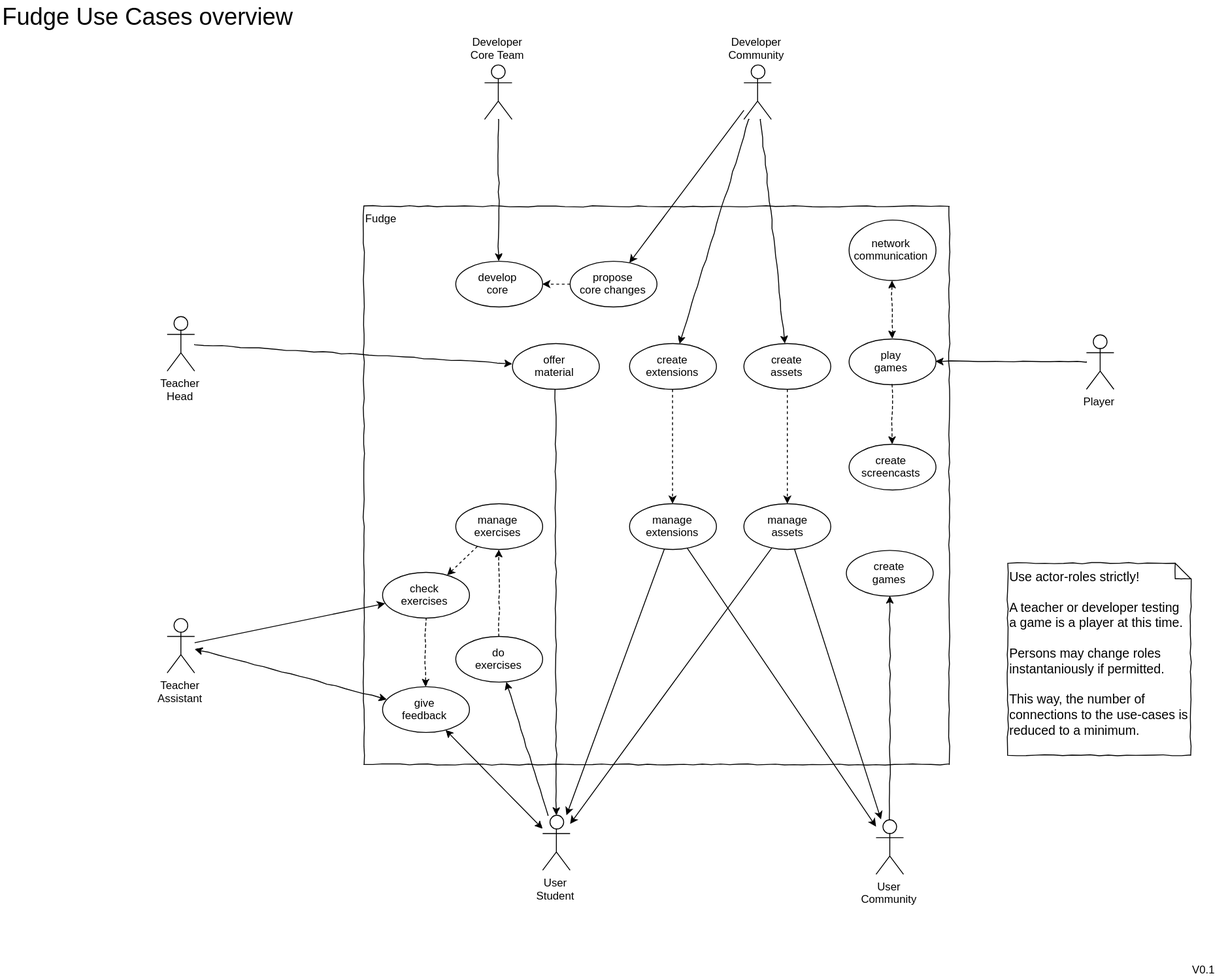
Before: Design/UseCasesOverview.svg, a diagram exported from draw.io (JirkaDellOro/FUDGE). Source tidied: cells renumbered, new cells last; positions are measured from the earlier drawing's top-left corner, leaving out a move shared by most shapes.
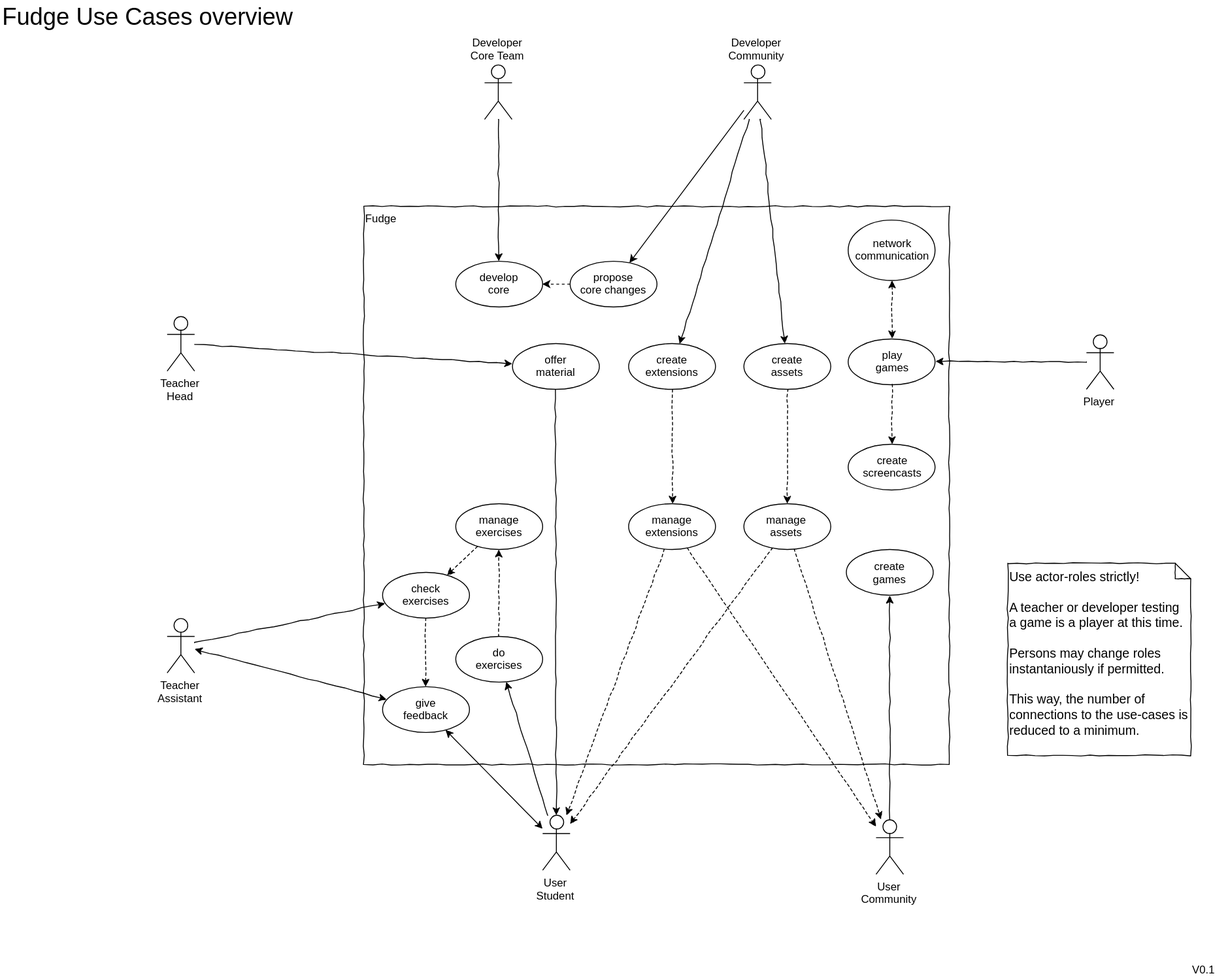
Above is the later version.

Diff of the diagram source:
```diff
@@ -51,7 +51,7 @@
     <mxCell id="18" value="create&lt;br&gt;extensions&lt;br&gt;" style="ellipse;whiteSpace=wrap;html=1;rounded=1;shadow=0;strokeWidth=1;comic=1;" parent="3" vertex="1">
       <mxGeometry x="687" y="375" width="95" height="50" as="geometry" />
     </mxCell>
-    <mxCell id="19" style="edgeStyle=none;rounded=0;html=1;jettySize=auto;dashed=1;" parent="3" edge="1" source="20" target="48">
+    <mxCell id="19" style="edgeStyle=none;rounded=0;html=1;jettySize=auto;dashed=1;comic=1;" parent="3" edge="1" source="20" target="48">
       <mxGeometry relative="1" as="geometry" />
     </mxCell>
     <mxCell id="20" value="create&lt;br&gt;assets&lt;br&gt;" style="ellipse;whiteSpace=wrap;html=1;rounded=1;shadow=0;strokeWidth=1;comic=1;" parent="3" vertex="1">
@@ -122,7 +122,7 @@
     <mxCell id="41" value="Teacher&lt;br&gt;Assistant&lt;br&gt;" style="shape=umlActor;verticalLabelPosition=bottom;labelBackgroundColor=#ffffff;verticalAlign=top;html=1;outlineConnect=0;" parent="3" vertex="1">
       <mxGeometry x="182" y="675" width="30" height="60" as="geometry" />
     </mxCell>
-    <mxCell id="42" style="edgeStyle=none;rounded=0;html=1;jettySize=auto;" parent="3" edge="1" source="41" target="44">
+    <mxCell id="42" style="edgeStyle=none;rounded=0;html=1;jettySize=auto;comic=1;" parent="3" edge="1" source="41" target="44">
       <mxGeometry relative="1" as="geometry" />
     </mxCell>
     <mxCell id="43" style="edgeStyle=none;rounded=0;html=1;dashed=1;startArrow=none;startFill=0;jettySize=auto;comic=1;" parent="3" edge="1" source="44" target="15">
@@ -131,28 +131,28 @@
     <mxCell id="44" value="check&lt;br&gt;exercises" style="ellipse;whiteSpace=wrap;html=1;rounded=1;shadow=0;strokeWidth=1;comic=1;" parent="3" vertex="1">
       <mxGeometry x="417" y="625" width="95" height="50" as="geometry" />
     </mxCell>
-    <mxCell id="45" style="rounded=0;html=1;jettySize=auto;" parent="3" edge="1" source="48" target="5">
+    <mxCell id="45" style="rounded=0;html=1;jettySize=auto;comic=1;dashed=1;" parent="3" edge="1" source="48" target="5">
       <mxGeometry relative="1" as="geometry" />
     </mxCell>
-    <mxCell id="46" style="edgeStyle=none;rounded=0;html=1;jettySize=auto;" parent="3" edge="1" source="48" target="27">
+    <mxCell id="46" style="edgeStyle=none;rounded=0;html=1;jettySize=auto;comic=1;dashed=1;" parent="3" edge="1" source="48" target="27">
       <mxGeometry relative="1" as="geometry" />
     </mxCell>
-    <mxCell id="47" style="edgeStyle=none;rounded=0;html=1;jettySize=auto;dashed=1;" parent="3" edge="1" source="18" target="51">
+    <mxCell id="47" style="edgeStyle=none;rounded=0;html=1;jettySize=auto;dashed=1;comic=1;" parent="3" edge="1" source="18" target="51">
       <mxGeometry relative="1" as="geometry" />
     </mxCell>
     <mxCell id="48" value="manage&lt;br&gt;assets&lt;br&gt;" style="ellipse;whiteSpace=wrap;html=1;rounded=1;shadow=0;strokeWidth=1;comic=1;" parent="3" vertex="1">
       <mxGeometry x="812.5" y="550" width="95" height="50" as="geometry" />
     </mxCell>
-    <mxCell id="49" style="edgeStyle=none;rounded=0;html=1;jettySize=auto;" parent="3" edge="1" source="51" target="5">
+    <mxCell id="49" style="edgeStyle=none;rounded=0;html=1;jettySize=auto;comic=1;dashed=1;" parent="3" edge="1" source="51" target="5">
       <mxGeometry relative="1" as="geometry" />
     </mxCell>
-    <mxCell id="50" style="edgeStyle=none;rounded=0;html=1;jettySize=auto;" parent="3" edge="1" source="51" target="27">
+    <mxCell id="50" style="edgeStyle=none;rounded=0;html=1;jettySize=auto;comic=1;dashed=1;" parent="3" edge="1" source="51" target="27">
       <mxGeometry relative="1" as="geometry" />
     </mxCell>
     <mxCell id="51" value="manage&lt;br&gt;extensions&lt;br&gt;" style="ellipse;whiteSpace=wrap;html=1;rounded=1;shadow=0;strokeWidth=1;comic=1;" parent="3" vertex="1">
       <mxGeometry x="687" y="550" width="95" height="50" as="geometry" />
     </mxCell>
-    <mxCell id="52" style="edgeStyle=none;rounded=0;html=1;startArrow=none;startFill=0;jettySize=auto;dashed=1;" parent="3" edge="1" source="53" target="44">
+    <mxCell id="52" style="edgeStyle=none;rounded=0;html=1;startArrow=none;startFill=0;jettySize=auto;dashed=1;comic=1;" parent="3" edge="1" source="53" target="44">
       <mxGeometry relative="1" as="geometry" />
     </mxCell>
     <mxCell id="53" value="manage&lt;br&gt;exercises&lt;br&gt;" style="ellipse;whiteSpace=wrap;html=1;rounded=1;shadow=0;strokeWidth=1;comic=1;" parent="3" vertex="1">
```
